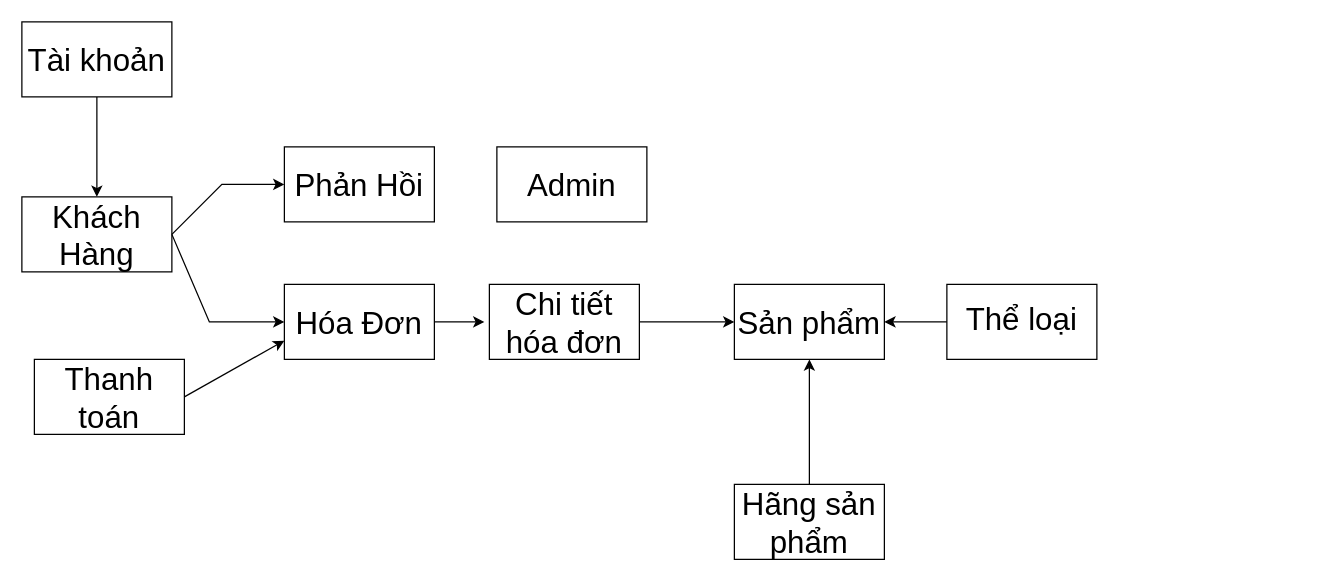
The draw.io diagram db.drawio in ledung2509/abc, before the edit. Source tidied: cells renumbered, new cells numbered last; positions are measured from the earlier drawing's top-left corner, leaving out a move shared by most shapes. Both pictures are drawn from the tidied source at 125%, with x=0, y=0 at pixel (21, 21).
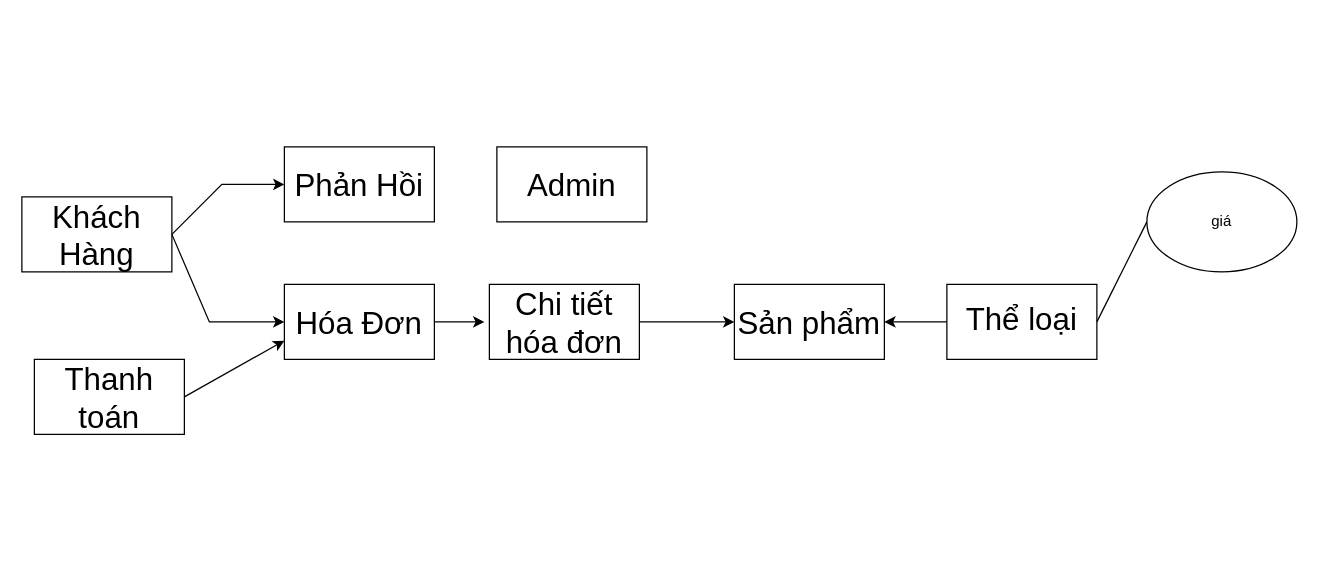
The same page after the edit.

Commit message:
Cập nhật db.drawio

The change refers to these unchanged cells:
```xml
<mxCell id="3" value="&lt;p style=&quot;line-height: 140%;&quot;&gt;&lt;font style=&quot;font-size: 25px;&quot;&gt;Thể loại&lt;/font&gt;&lt;/p&gt;" style="rounded=0;whiteSpace=wrap;html=1;" parent="1" vertex="1">
  <mxGeometry x="740" y="210" width="120" height="60" as="geometry" />
</mxCell>
<mxCell id="4" value="&lt;font style=&quot;font-size: 25px;&quot;&gt;Sản phẩm&lt;/font&gt;" style="rounded=0;whiteSpace=wrap;html=1;" parent="1" vertex="1">
  <mxGeometry x="570" y="210" width="120" height="60" as="geometry" />
</mxCell>
<mxCell id="5" value="&lt;font style=&quot;font-size: 25px;&quot;&gt;Khách Hàng&lt;/font&gt;" style="rounded=0;whiteSpace=wrap;html=1;" parent="1" vertex="1">
  <mxGeometry y="140" width="120" height="60" as="geometry" />
</mxCell>
```

The edit, as a diff of the source:
```diff
@@
-    <mxCell id="17" value="&lt;font style=&quot;font-size: 25px;&quot;&gt;Tài khoản&lt;/font&gt;" style="rounded=0;whiteSpace=wrap;html=1;" parent="1" vertex="1">
-      <mxGeometry width="120" height="60" as="geometry" />
-    </mxCell>
-    <mxCell id="18" style="endArrow=classic;html=1;rounded=0;exitX=0.5;exitY=1;exitDx=0;exitDy=0;entryX=0.5;entryY=0;entryDx=0;entryDy=0;" parent="1" edge="1" source="17" target="5">
-      <mxGeometry relative="1" as="geometry" />
-    </mxCell>
-    <mxCell id="19" value="&lt;font style=&quot;font-size: 25px;&quot;&gt;Hãng sản phẩm&lt;/font&gt;" style="rounded=0;whiteSpace=wrap;html=1;" parent="1" vertex="1">
-      <mxGeometry x="570" y="370" width="120" height="60" as="geometry" />
-    </mxCell>
-    <mxCell id="20" style="endArrow=classic;html=1;rounded=0;entryX=0.5;entryY=1;entryDx=0;entryDy=0;exitX=0.5;exitY=0;exitDx=0;exitDy=0;" parent="1" edge="1" source="19" target="4">
-      <mxGeometry relative="1" as="geometry" />
-    </mxCell>
+    <mxCell id="21" value="giá" style="ellipse;whiteSpace=wrap;html=1;" parent="1" vertex="1">
+      <mxGeometry x="900" y="120" width="120" height="80" as="geometry" />
+    </mxCell>
+    <mxCell id="22" style="endArrow=none;html=1;rounded=0;entryX=0;entryY=0.5;entryDx=0;entryDy=0;exitX=1;exitY=0.5;exitDx=0;exitDy=0;" parent="1" edge="1" source="3" target="21">
+      <mxGeometry relative="1" as="geometry" />
+    </mxCell>
```
